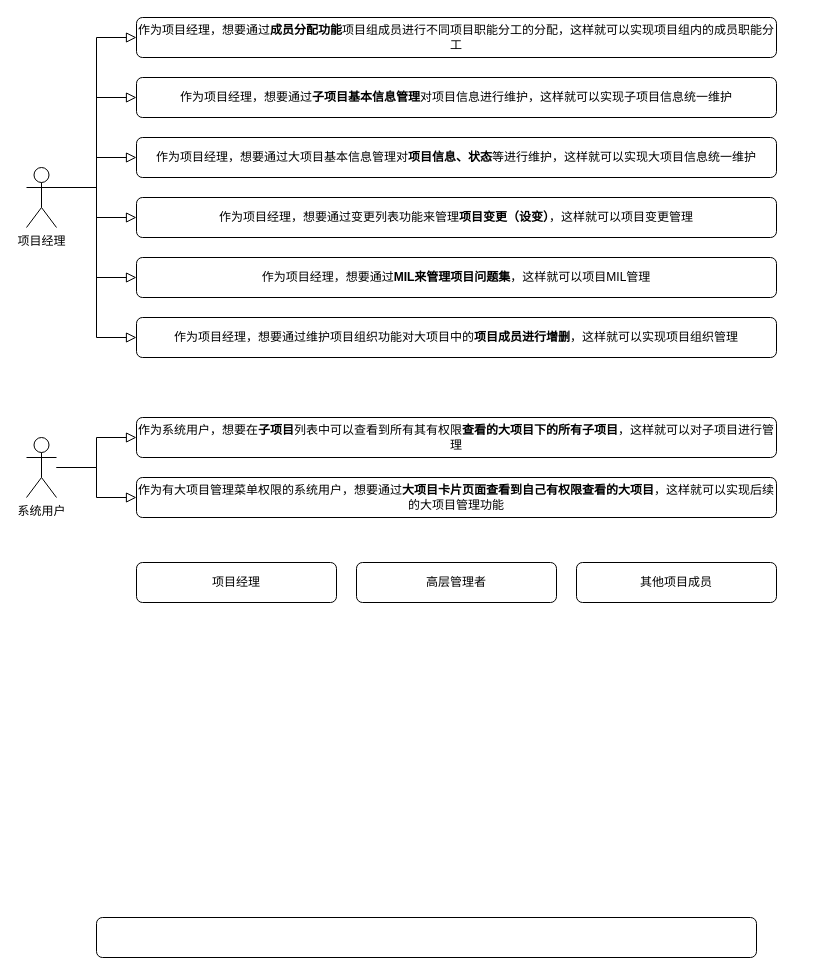
Before: pms N-2.1.drawio in tester-xm/diagrams, a draw.io diagram. Source tidied: cells renumbered, new cells numbered last; positions are measured from the earlier drawing's top-left corner, leaving out a move shared by most shapes. Both pictures are drawn from the tidied source at 100%, with x=0, y=0 at pixel (26, 17).
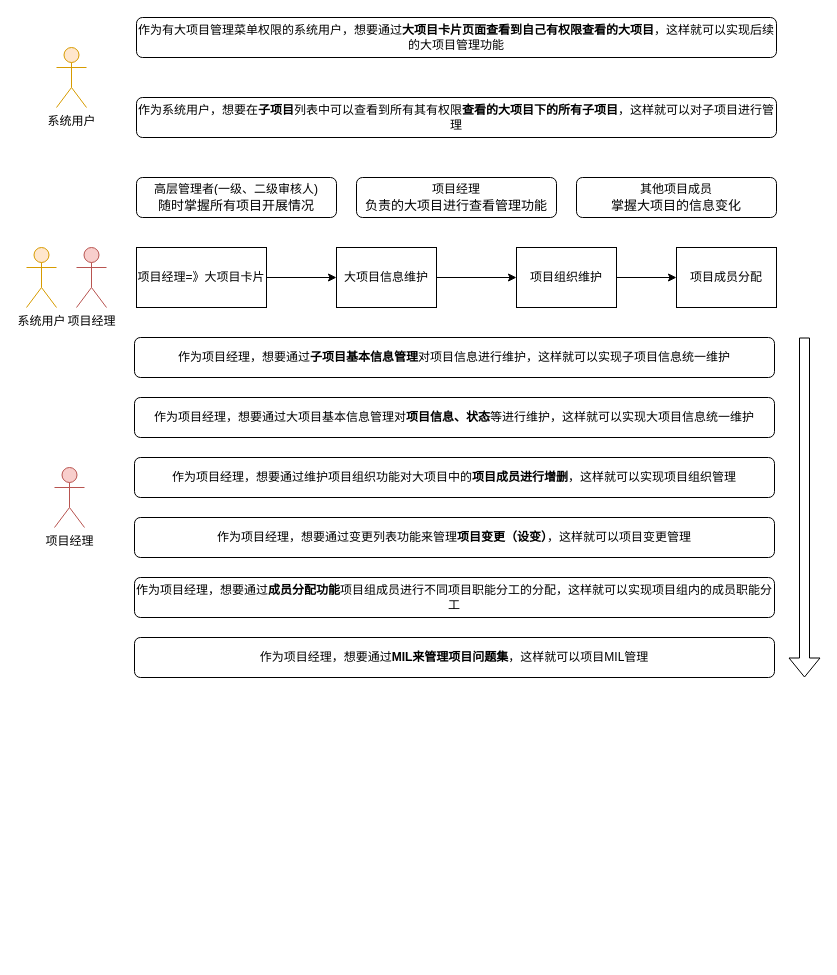
The same diagram, later.

Change to the diagram source:
```diff
@@
     <mxCell id="2" value="作为系统用户，想要在&lt;b&gt;子项目&lt;/b&gt;列表中可以查看到所有其有权限&lt;b&gt;查看的大项目下的所有子项目&lt;/b&gt;，这样就可以对子项目进行管理" style="rounded=1;whiteSpace=wrap;html=1;fontSize=12;glass=0;strokeWidth=1;shadow=0;" parent="1" vertex="1">
-      <mxGeometry x="110" y="400" width="640" height="40" as="geometry" />
+      <mxGeometry x="110" y="80" width="640" height="40" as="geometry" />
     </mxCell>
     <mxCell id="3" value="作为项目经理，想要通过变更列表功能来管理&lt;b&gt;项目变更（设变）&lt;/b&gt;，这样就可以项目变更管理" style="rounded=1;whiteSpace=wrap;html=1;fontSize=12;glass=0;strokeWidth=1;shadow=0;" parent="1" vertex="1">
-      <mxGeometry x="110" y="180" width="640" height="40" as="geometry" />
+      <mxGeometry x="108" y="500" width="640" height="40" as="geometry" />
     </mxCell>
-    <mxCell id="4" style="rounded=1;whiteSpace=wrap;html=1;fontSize=12;glass=0;strokeWidth=1;shadow=0;" parent="1" vertex="1">
-      <mxGeometry x="70" y="900" width="660" height="40" as="geometry" />
-    </mxCell>
     <mxCell id="5" value="作为项目经理，想要通过&lt;b&gt;子项目基本信息管理&lt;/b&gt;对项目信息进行维护，这样就可以实现子项目信息统一维护" style="rounded=1;whiteSpace=wrap;html=1;fontSize=12;glass=0;strokeWidth=1;shadow=0;" parent="1" vertex="1">
-      <mxGeometry x="110" y="60" width="640" height="40" as="geometry" />
+      <mxGeometry x="108" y="320" width="640" height="40" as="geometry" />
     </mxCell>
     <mxCell id="6" value="作为项目经理，想要通过维护项目组织功能对大项目中的&lt;b&gt;项目成员进行增删&lt;/b&gt;，这样就可以实现项目组织管理" style="rounded=1;whiteSpace=wrap;html=1;fontSize=12;glass=0;strokeWidth=1;shadow=0;" parent="1" vertex="1">
-      <mxGeometry x="110" y="300" width="640" height="40" as="geometry" />
+      <mxGeometry x="108" y="440" width="640" height="40" as="geometry" />
     </mxCell>
     <mxCell id="7" value="作为项目经理，想要通过&lt;b&gt;MIL来管理项目问题集&lt;/b&gt;，这样就可以项目MIL管理" style="rounded=1;whiteSpace=wrap;html=1;fontSize=12;glass=0;strokeWidth=1;shadow=0;" parent="1" vertex="1">
-      <mxGeometry x="110" y="240" width="640" height="40" as="geometry" />
+      <mxGeometry x="108" y="620" width="640" height="40" as="geometry" />
     </mxCell>
-    <mxCell id="8" value="项目经理" style="rounded=1;whiteSpace=wrap;html=1;fontSize=12;glass=0;strokeWidth=1;shadow=0;" parent="1" vertex="1">
-      <mxGeometry x="110" y="545" width="200" height="40" as="geometry" />
+    <mxCell id="8" value="项目经理&lt;br&gt;&lt;span style=&quot;font-family: &amp;#34;helvetica neue&amp;#34; , &amp;#34;helvetica neue&amp;#34; , &amp;#34;helvetica&amp;#34; , &amp;#34;arial&amp;#34; , &amp;#34;microsoft yahei&amp;#34; , &amp;#34;lantinghei sc&amp;#34; , &amp;#34;hiragino sans gb&amp;#34; , sans-serif ; font-size: small ; text-align: left ; background-color: rgb(255 , 255 , 255)&quot;&gt;负责的大项目进行查看管理功能&lt;/span&gt;" style="rounded=1;whiteSpace=wrap;html=1;fontSize=12;glass=0;strokeWidth=1;shadow=0;" parent="1" vertex="1">
+      <mxGeometry x="330" y="160" width="200" height="40" as="geometry" />
     </mxCell>
     <mxCell id="9" value="作为项目经理，想要通过&lt;b&gt;成员分配功能&lt;/b&gt;项目组成员进行不同项目职能分工的分配，这样就可以实现项目组内的成员职能分工" style="rounded=1;whiteSpace=wrap;html=1;fontSize=12;glass=0;strokeWidth=1;shadow=0;" parent="1" vertex="1">
-      <mxGeometry x="110" width="640" height="40" as="geometry" />
+      <mxGeometry x="108" y="560" width="640" height="40" as="geometry" />
     </mxCell>
     <mxCell id="10" value="作为有大项目管理菜单权限的系统用户，想要通过&lt;b&gt;大项目卡片页面查看到自己有权限查看的大项目&lt;/b&gt;，这样就可以实现后续的大项目管理功能" style="rounded=1;whiteSpace=wrap;html=1;fontSize=12;glass=0;strokeWidth=1;shadow=0;" parent="1" vertex="1">
-      <mxGeometry x="110" y="460" width="640" height="40" as="geometry" />
+      <mxGeometry x="110" width="640" height="40" as="geometry" />
     </mxCell>
     <mxCell id="11" value="作为项目经理，想要通过大项目基本信息管理对&lt;b&gt;项目信息、状态&lt;/b&gt;等进行维护，这样就可以实现大项目信息统一维护" style="rounded=1;whiteSpace=wrap;html=1;fontSize=12;glass=0;strokeWidth=1;shadow=0;" parent="1" vertex="1">
-      <mxGeometry x="110" y="120" width="640" height="40" as="geometry" />
+      <mxGeometry x="108" y="380" width="640" height="40" as="geometry" />
     </mxCell>
-    <mxCell id="12" value="高层管理者" style="rounded=1;whiteSpace=wrap;html=1;fontSize=12;glass=0;strokeWidth=1;shadow=0;" parent="1" vertex="1">
-      <mxGeometry x="330" y="545" width="200" height="40" as="geometry" />
+    <mxCell id="12" value="高层管理者(一级、二级审核人)&lt;br&gt;&lt;span style=&quot;font-family: &amp;#34;helvetica neue&amp;#34; , &amp;#34;helvetica neue&amp;#34; , &amp;#34;helvetica&amp;#34; , &amp;#34;arial&amp;#34; , &amp;#34;microsoft yahei&amp;#34; , &amp;#34;lantinghei sc&amp;#34; , &amp;#34;hiragino sans gb&amp;#34; , sans-serif ; font-size: small ; text-align: left ; background-color: rgb(255 , 255 , 255)&quot;&gt;随时掌握所有项目开展情况&lt;/span&gt;" style="rounded=1;whiteSpace=wrap;html=1;fontSize=12;glass=0;strokeWidth=1;shadow=0;" parent="1" vertex="1">
+      <mxGeometry x="110" y="160" width="200" height="40" as="geometry" />
     </mxCell>
-    <mxCell id="13" value="其他项目成员" style="rounded=1;whiteSpace=wrap;html=1;fontSize=12;glass=0;strokeWidth=1;shadow=0;" parent="1" vertex="1">
-      <mxGeometry x="550" y="545" width="200" height="40" as="geometry" />
+    <mxCell id="13" value="其他项目成员&lt;br&gt;&lt;span style=&quot;font-family: &amp;#34;helvetica neue&amp;#34; , &amp;#34;helvetica neue&amp;#34; , &amp;#34;helvetica&amp;#34; , &amp;#34;arial&amp;#34; , &amp;#34;microsoft yahei&amp;#34; , &amp;#34;lantinghei sc&amp;#34; , &amp;#34;hiragino sans gb&amp;#34; , sans-serif ; font-size: small ; text-align: left ; background-color: rgb(255 , 255 , 255)&quot;&gt;掌握大项目的信息变化&lt;/span&gt;" style="rounded=1;whiteSpace=wrap;html=1;fontSize=12;glass=0;strokeWidth=1;shadow=0;" parent="1" vertex="1">
+      <mxGeometry x="550" y="160" width="200" height="40" as="geometry" />
     </mxCell>
-    <mxCell id="14" style="edgeStyle=orthogonalEdgeStyle;rounded=0;jettySize=auto;html=1;shadow=0;labelBackgroundColor=none;endArrow=block;endFill=0;endSize=8;strokeWidth=1;entryX=0;entryY=0.5;entryDx=0;entryDy=0;exitX=1;exitY=0.3333333333333333;exitDx=0;exitDy=0;exitPerimeter=0;" parent="1" edge="1" source="15" target="9">
-      <mxGeometry relative="1" as="geometry" />
-    </mxCell>
-    <mxCell id="15" value="项目经理" style="shape=umlActor;verticalLabelPosition=bottom;verticalAlign=top;html=1;outlineConnect=0;" parent="1" vertex="1">
-      <mxGeometry y="150" width="30" height="60" as="geometry" />
+    <mxCell id="15" value="项目经理" style="shape=umlActor;verticalLabelPosition=bottom;verticalAlign=top;html=1;outlineConnect=0;fillColor=#f8cecc;strokeColor=#b85450;" parent="1" vertex="1">
+      <mxGeometry x="28" y="450" width="30" height="60" as="geometry" />
     </mxCell>
-    <mxCell id="16" style="edgeStyle=orthogonalEdgeStyle;rounded=0;jettySize=auto;html=1;shadow=0;labelBackgroundColor=none;endArrow=block;endFill=0;endSize=8;strokeWidth=1;entryX=0;entryY=0.5;entryDx=0;entryDy=0;exitX=1;exitY=0.3333333333333333;exitDx=0;exitDy=0;exitPerimeter=0;" parent="1" edge="1" source="15" target="5">
-      <mxGeometry relative="1" as="geometry" />
-    </mxCell>
-    <mxCell id="17" style="edgeStyle=orthogonalEdgeStyle;rounded=0;jettySize=auto;html=1;shadow=0;labelBackgroundColor=none;endArrow=block;endFill=0;endSize=8;strokeWidth=1;entryX=0;entryY=0.5;entryDx=0;entryDy=0;exitX=1;exitY=0.3333333333333333;exitDx=0;exitDy=0;exitPerimeter=0;" parent="1" edge="1" target="11">
-      <mxGeometry relative="1" as="geometry">
-        <mxPoint x="20" y="170" as="sourcePoint" />
-        <Array as="points">
-          <mxPoint x="70" y="170" />
-          <mxPoint x="70" y="140" />
-        </Array>
-      </mxGeometry>
-    </mxCell>
-    <mxCell id="18" style="edgeStyle=orthogonalEdgeStyle;rounded=0;jettySize=auto;html=1;shadow=0;labelBackgroundColor=none;endArrow=block;endFill=0;endSize=8;strokeWidth=1;entryX=0;entryY=0.5;entryDx=0;entryDy=0;" parent="1" edge="1" target="3">
-      <mxGeometry relative="1" as="geometry">
-        <mxPoint x="40" y="170" as="sourcePoint" />
-        <Array as="points">
-          <mxPoint x="70" y="170" />
-          <mxPoint x="70" y="200" />
-        </Array>
-      </mxGeometry>
-    </mxCell>
-    <mxCell id="19" style="edgeStyle=orthogonalEdgeStyle;rounded=0;jettySize=auto;html=1;shadow=0;labelBackgroundColor=none;endArrow=block;endFill=0;endSize=8;strokeWidth=1;entryX=0;entryY=0.5;entryDx=0;entryDy=0;exitX=1;exitY=0.3333333333333333;exitDx=0;exitDy=0;exitPerimeter=0;" parent="1" edge="1" target="7">
-      <mxGeometry relative="1" as="geometry">
-        <mxPoint x="10" y="170" as="sourcePoint" />
-        <Array as="points">
-          <mxPoint x="70" y="170" />
-          <mxPoint x="70" y="260" />
-        </Array>
-      </mxGeometry>
-    </mxCell>
-    <mxCell id="20" style="edgeStyle=orthogonalEdgeStyle;rounded=0;jettySize=auto;html=1;shadow=0;labelBackgroundColor=none;endArrow=block;endFill=0;endSize=8;strokeWidth=1;entryX=0;entryY=0.5;entryDx=0;entryDy=0;" parent="1" edge="1" target="6">
-      <mxGeometry relative="1" as="geometry">
-        <mxPoint x="20" y="170" as="sourcePoint" />
-        <Array as="points">
-          <mxPoint x="70" y="170" />
-          <mxPoint x="70" y="320" />
-        </Array>
-      </mxGeometry>
-    </mxCell>
-    <mxCell id="21" style="edgeStyle=orthogonalEdgeStyle;rounded=0;jettySize=auto;html=1;shadow=0;labelBackgroundColor=none;endArrow=block;endFill=0;endSize=8;strokeWidth=1;entryX=0;entryY=0.5;entryDx=0;entryDy=0;" parent="1" edge="1" source="22" target="2">
-      <mxGeometry relative="1" as="geometry" />
-    </mxCell>
-    <mxCell id="22" value="系统用户" style="shape=umlActor;verticalLabelPosition=bottom;verticalAlign=top;html=1;outlineConnect=0;" parent="1" vertex="1">
-      <mxGeometry y="420" width="30" height="60" as="geometry" />
+    <mxCell id="22" value="系统用户" style="shape=umlActor;verticalLabelPosition=bottom;verticalAlign=top;html=1;outlineConnect=0;fillColor=#ffe6cc;strokeColor=#d79b00;" parent="1" vertex="1">
+      <mxGeometry x="30" y="30" width="30" height="60" as="geometry" />
     </mxCell>
-    <mxCell id="23" style="edgeStyle=orthogonalEdgeStyle;rounded=0;orthogonalLoop=1;jettySize=auto;html=1;shadow=0;labelBackgroundColor=none;endArrow=block;endFill=0;endSize=8;strokeWidth=1;" parent="1" edge="1">
-      <mxGeometry relative="1" as="geometry">
-        <mxPoint x="30" y="450" as="sourcePoint" />
-        <mxPoint x="110" y="480" as="targetPoint" />
-        <Array as="points">
-          <mxPoint x="70" y="450" />
-          <mxPoint x="70" y="480" />
-          <mxPoint x="110" y="480" />
-        </Array>
-      </mxGeometry>
-    </mxCell>
+    <mxCell id="24" style="shape=flexArrow;endArrow=classic;html=1;" parent="1" edge="1">
+      <mxGeometry relative="1" as="geometry">
+        <mxPoint x="778" y="320" as="sourcePoint" />
+        <mxPoint x="778" y="660" as="targetPoint" />
+      </mxGeometry>
+    </mxCell>
+    <mxCell id="25" style="edgeStyle=orthogonalEdgeStyle;rounded=0;jettySize=auto;html=1;" parent="1" edge="1" source="26" target="30">
+      <mxGeometry relative="1" as="geometry" />
+    </mxCell>
+    <mxCell id="26" value="大项目信息维护" style="rounded=0;whiteSpace=wrap;html=1;" parent="1" vertex="1">
+      <mxGeometry x="310" y="230" width="100" height="60" as="geometry" />
+    </mxCell>
+    <mxCell id="27" style="edgeStyle=orthogonalEdgeStyle;rounded=0;jettySize=auto;html=1;" parent="1" edge="1" source="28" target="26">
+      <mxGeometry relative="1" as="geometry" />
+    </mxCell>
+    <mxCell id="28" value="项目经理=》大项目卡片" style="rounded=0;whiteSpace=wrap;html=1;" parent="1" vertex="1">
+      <mxGeometry x="110" y="230" width="130" height="60" as="geometry" />
+    </mxCell>
+    <mxCell id="29" style="edgeStyle=orthogonalEdgeStyle;rounded=0;jettySize=auto;html=1;" parent="1" edge="1" source="30" target="31">
+      <mxGeometry relative="1" as="geometry" />
+    </mxCell>
+    <mxCell id="30" value="项目组织维护" style="rounded=0;whiteSpace=wrap;html=1;" parent="1" vertex="1">
+      <mxGeometry x="490" y="230" width="100" height="60" as="geometry" />
+    </mxCell>
+    <mxCell id="31" value="项目成员分配" style="rounded=0;whiteSpace=wrap;html=1;" parent="1" vertex="1">
+      <mxGeometry x="650" y="230" width="100" height="60" as="geometry" />
+    </mxCell>
+    <mxCell id="32" value="系统用户" style="shape=umlActor;verticalLabelPosition=bottom;verticalAlign=top;html=1;fillColor=#ffe6cc;strokeColor=#d79b00;" parent="1" vertex="1">
+      <mxGeometry y="230" width="30" height="60" as="geometry" />
+    </mxCell>
+    <mxCell id="33" value="项目经理" style="shape=umlActor;verticalLabelPosition=bottom;verticalAlign=top;html=1;fillColor=#f8cecc;strokeColor=#b85450;" parent="1" vertex="1">
+      <mxGeometry x="50" y="230" width="30" height="60" as="geometry" />
+    </mxCell>
```
